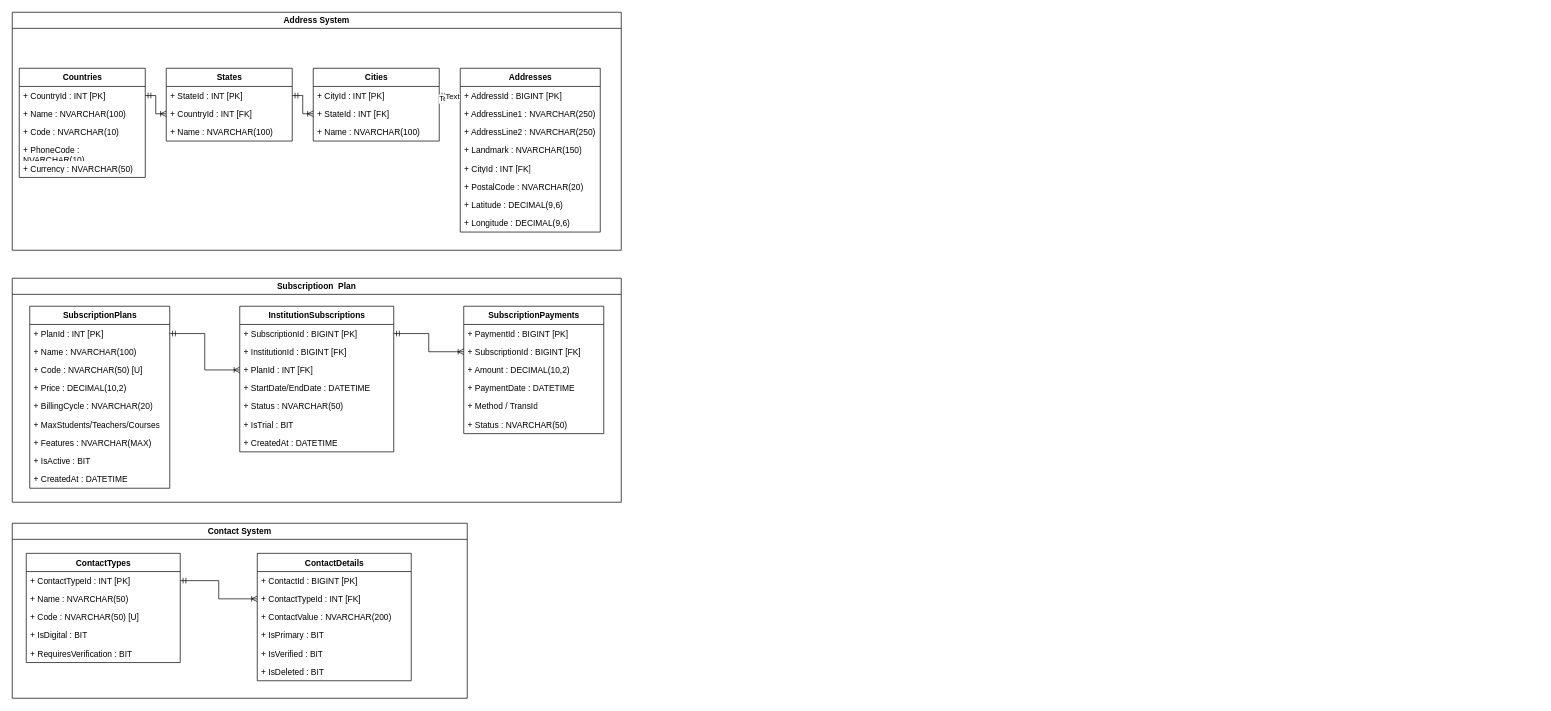
This is Codenexa EduCore.drawio from parthao/DataBaseFiles, a draw.io file, before an edit. Source tidied: cells renumbered, new cells numbered last; positions are measured from the earlier drawing's top-left corner, leaving out a move shared by most shapes. Both pictures are drawn from the tidied source at 70%, with x=0, y=0 at pixel (12, 12).
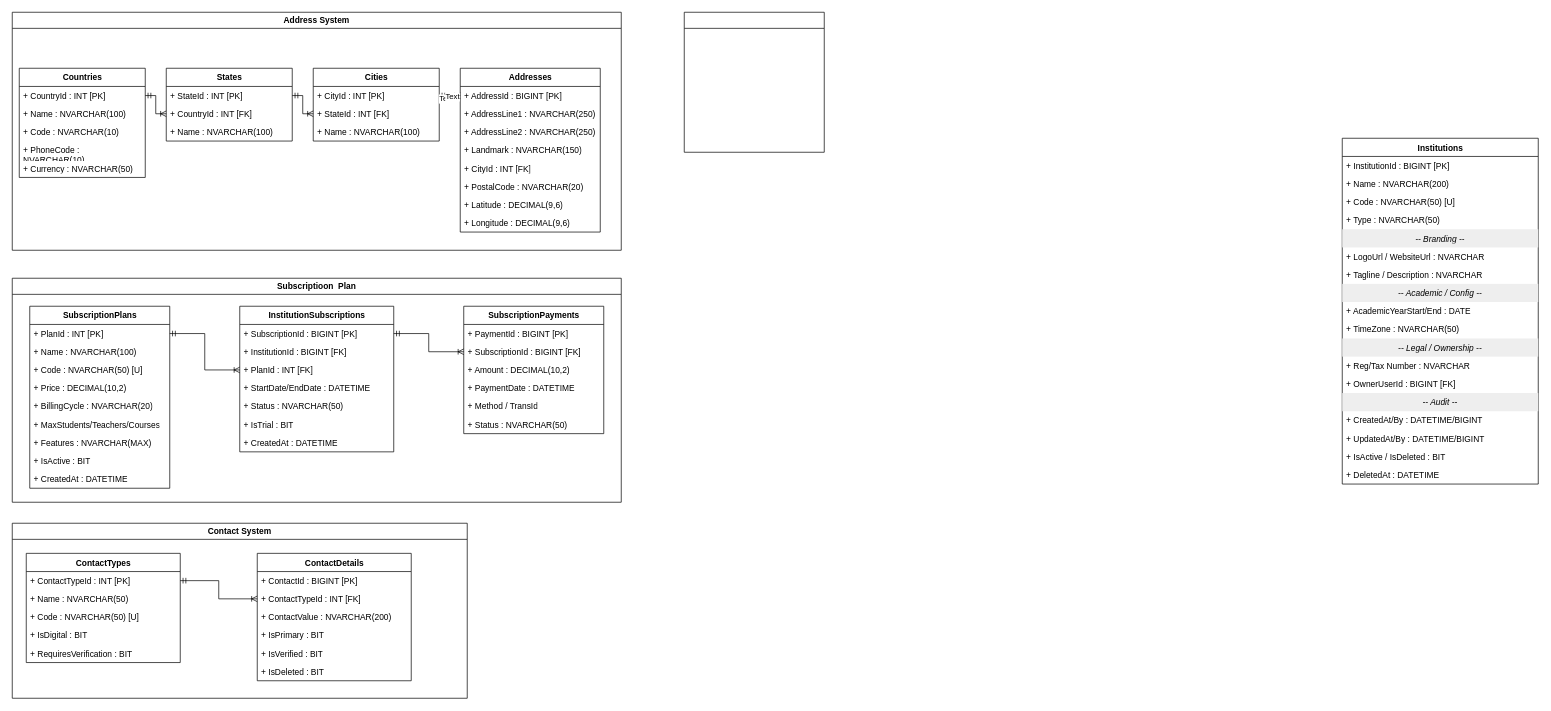
The same diagram, later.

Change to the diagram source:
```diff
@@
+    <mxCell id="74" value="Institutions" style="swimlane;fontStyle=1;align=center;verticalAlign=top;horizontal=1;startSize=26;resizeLastChild=0;html=1;" parent="1" vertex="1">
+      <mxGeometry x="1900" y="180" width="280" height="494" as="geometry" />
+    </mxCell>
+    <mxCell id="75" value="+ InstitutionId : BIGINT [PK]" style="text;strokeColor=none;fillColor=none;align=left;verticalAlign=top;spacingLeft=4;spacingRight=4;overflow=hidden;whiteSpace=wrap;html=1;" parent="74" vertex="1">
+      <mxGeometry y="26" width="280" height="26" as="geometry" />
+    </mxCell>
+    <mxCell id="76" value="+ Name : NVARCHAR(200)" style="text;strokeColor=none;fillColor=none;align=left;verticalAlign=top;spacingLeft=4;spacingRight=4;overflow=hidden;whiteSpace=wrap;html=1;" parent="74" vertex="1">
+      <mxGeometry y="52" width="280" height="26" as="geometry" />
+    </mxCell>
+    <mxCell id="77" value="+ Code : NVARCHAR(50) [U]" style="text;strokeColor=none;fillColor=none;align=left;verticalAlign=top;spacingLeft=4;spacingRight=4;overflow=hidden;whiteSpace=wrap;html=1;" parent="74" vertex="1">
+      <mxGeometry y="78" width="280" height="26" as="geometry" />
+    </mxCell>
+    <mxCell id="78" value="+ Type : NVARCHAR(50)" style="text;strokeColor=none;fillColor=none;align=left;verticalAlign=top;spacingLeft=4;spacingRight=4;overflow=hidden;whiteSpace=wrap;html=1;" parent="74" vertex="1">
+      <mxGeometry y="104" width="280" height="26" as="geometry" />
+    </mxCell>
+    <mxCell id="79" value="-- Branding --" style="text;strokeColor=none;fillColor=#eeeeee;align=center;verticalAlign=top;spacingLeft=4;spacingRight=4;overflow=hidden;whiteSpace=wrap;html=1;fontStyle=2;" parent="74" vertex="1">
+      <mxGeometry y="130" width="280" height="26" as="geometry" />
+    </mxCell>
+    <mxCell id="80" value="+ LogoUrl / WebsiteUrl : NVARCHAR" style="text;strokeColor=none;fillColor=none;align=left;verticalAlign=top;spacingLeft=4;spacingRight=4;overflow=hidden;whiteSpace=wrap;html=1;" parent="74" vertex="1">
+      <mxGeometry y="156" width="280" height="26" as="geometry" />
+    </mxCell>
+    <mxCell id="81" value="+ Tagline / Description : NVARCHAR" style="text;strokeColor=none;fillColor=none;align=left;verticalAlign=top;spacingLeft=4;spacingRight=4;overflow=hidden;whiteSpace=wrap;html=1;" parent="74" vertex="1">
+      <mxGeometry y="182" width="280" height="26" as="geometry" />
+    </mxCell>
+    <mxCell id="82" value="-- Academic / Config --" style="text;strokeColor=none;fillColor=#eeeeee;align=center;verticalAlign=top;spacingLeft=4;spacingRight=4;overflow=hidden;whiteSpace=wrap;html=1;fontStyle=2;" parent="74" vertex="1">
+      <mxGeometry y="208" width="280" height="26" as="geometry" />
+    </mxCell>
+    <mxCell id="83" value="+ AcademicYearStart/End : DATE" style="text;strokeColor=none;fillColor=none;align=left;verticalAlign=top;spacingLeft=4;spacingRight=4;overflow=hidden;whiteSpace=wrap;html=1;" parent="74" vertex="1">
+      <mxGeometry y="234" width="280" height="26" as="geometry" />
+    </mxCell>
+    <mxCell id="84" value="+ TimeZone : NVARCHAR(50)" style="text;strokeColor=none;fillColor=none;align=left;verticalAlign=top;spacingLeft=4;spacingRight=4;overflow=hidden;whiteSpace=wrap;html=1;" parent="74" vertex="1">
+      <mxGeometry y="260" width="280" height="26" as="geometry" />
+    </mxCell>
+    <mxCell id="85" value="-- Legal / Ownership --" style="text;strokeColor=none;fillColor=#eeeeee;align=center;verticalAlign=top;spacingLeft=4;spacingRight=4;overflow=hidden;whiteSpace=wrap;html=1;fontStyle=2;" parent="74" vertex="1">
+      <mxGeometry y="286" width="280" height="26" as="geometry" />
+    </mxCell>
+    <mxCell id="86" value="+ Reg/Tax Number : NVARCHAR" style="text;strokeColor=none;fillColor=none;align=left;verticalAlign=top;spacingLeft=4;spacingRight=4;overflow=hidden;whiteSpace=wrap;html=1;" parent="74" vertex="1">
+      <mxGeometry y="312" width="280" height="26" as="geometry" />
+    </mxCell>
+    <mxCell id="87" value="+ OwnerUserId : BIGINT [FK]" style="text;strokeColor=none;fillColor=none;align=left;verticalAlign=top;spacingLeft=4;spacingRight=4;overflow=hidden;whiteSpace=wrap;html=1;" parent="74" vertex="1">
+      <mxGeometry y="338" width="280" height="26" as="geometry" />
+    </mxCell>
+    <mxCell id="88" value="-- Audit --" style="text;strokeColor=none;fillColor=#eeeeee;align=center;verticalAlign=top;spacingLeft=4;spacingRight=4;overflow=hidden;whiteSpace=wrap;html=1;fontStyle=2;" parent="74" vertex="1">
+      <mxGeometry y="364" width="280" height="26" as="geometry" />
+    </mxCell>
+    <mxCell id="89" value="+ CreatedAt/By : DATETIME/BIGINT" style="text;strokeColor=none;fillColor=none;align=left;verticalAlign=top;spacingLeft=4;spacingRight=4;overflow=hidden;whiteSpace=wrap;html=1;" parent="74" vertex="1">
+      <mxGeometry y="390" width="280" height="26" as="geometry" />
+    </mxCell>
+    <mxCell id="90" value="+ UpdatedAt/By : DATETIME/BIGINT" style="text;strokeColor=none;fillColor=none;align=left;verticalAlign=top;spacingLeft=4;spacingRight=4;overflow=hidden;whiteSpace=wrap;html=1;" parent="74" vertex="1">
+      <mxGeometry y="416" width="280" height="26" as="geometry" />
+    </mxCell>
+    <mxCell id="91" value="+ IsActive / IsDeleted : BIT" style="text;strokeColor=none;fillColor=none;align=left;verticalAlign=top;spacingLeft=4;spacingRight=4;overflow=hidden;whiteSpace=wrap;html=1;" parent="74" vertex="1">
+      <mxGeometry y="442" width="280" height="26" as="geometry" />
+    </mxCell>
+    <mxCell id="92" value="+ DeletedAt : DATETIME" style="text;strokeColor=none;fillColor=none;align=left;verticalAlign=top;spacingLeft=4;spacingRight=4;overflow=hidden;whiteSpace=wrap;html=1;" parent="74" vertex="1">
+      <mxGeometry y="468" width="280" height="26" as="geometry" />
+    </mxCell>
+    <mxCell id="93" style="swimlane;whiteSpace=wrap;html=1;" parent="1" vertex="1">
+      <mxGeometry x="960" width="200" height="200" as="geometry" />
+    </mxCell>
```
